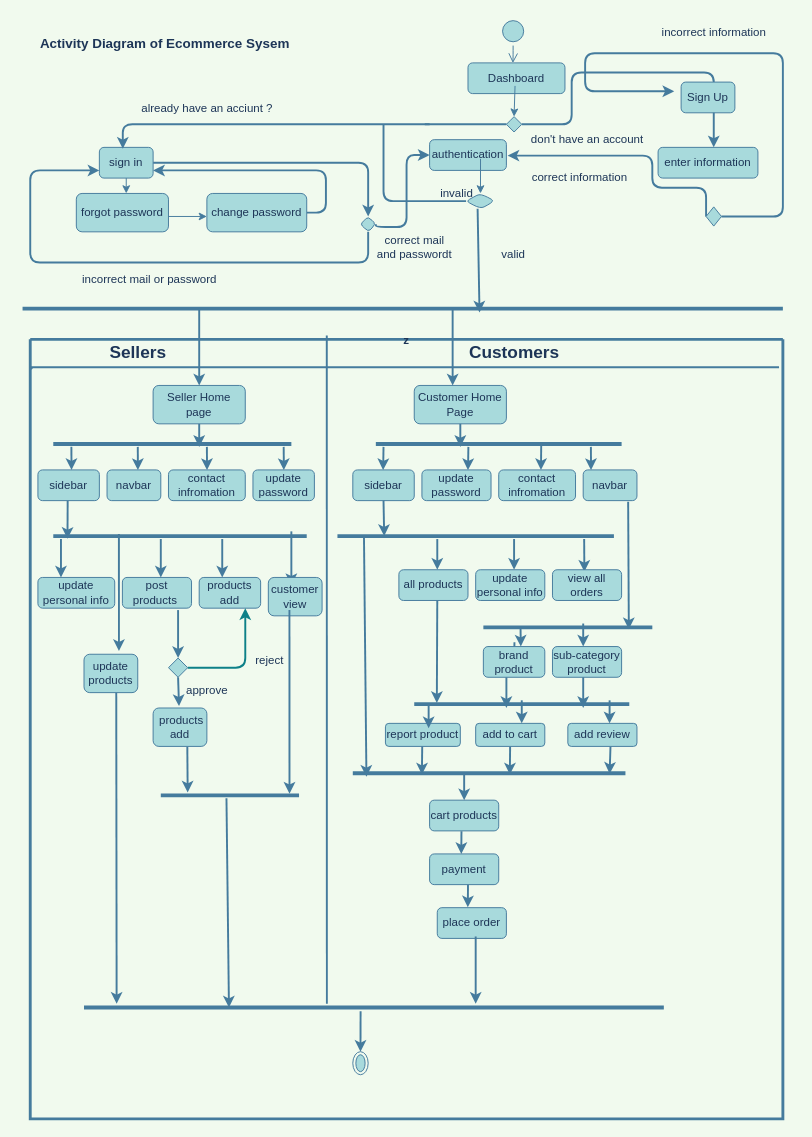
Before: Activity Diagram Customers.drawio in Nasrinjaha/Click-Collect, a draw.io diagram. Source tidied: cells renumbered, new cells numbered last; positions are measured from the earlier drawing's top-left corner, leaving out a move shared by most shapes. Both pictures are drawn from the tidied source at 96%, with x=0, y=0 at pixel (22, 16).
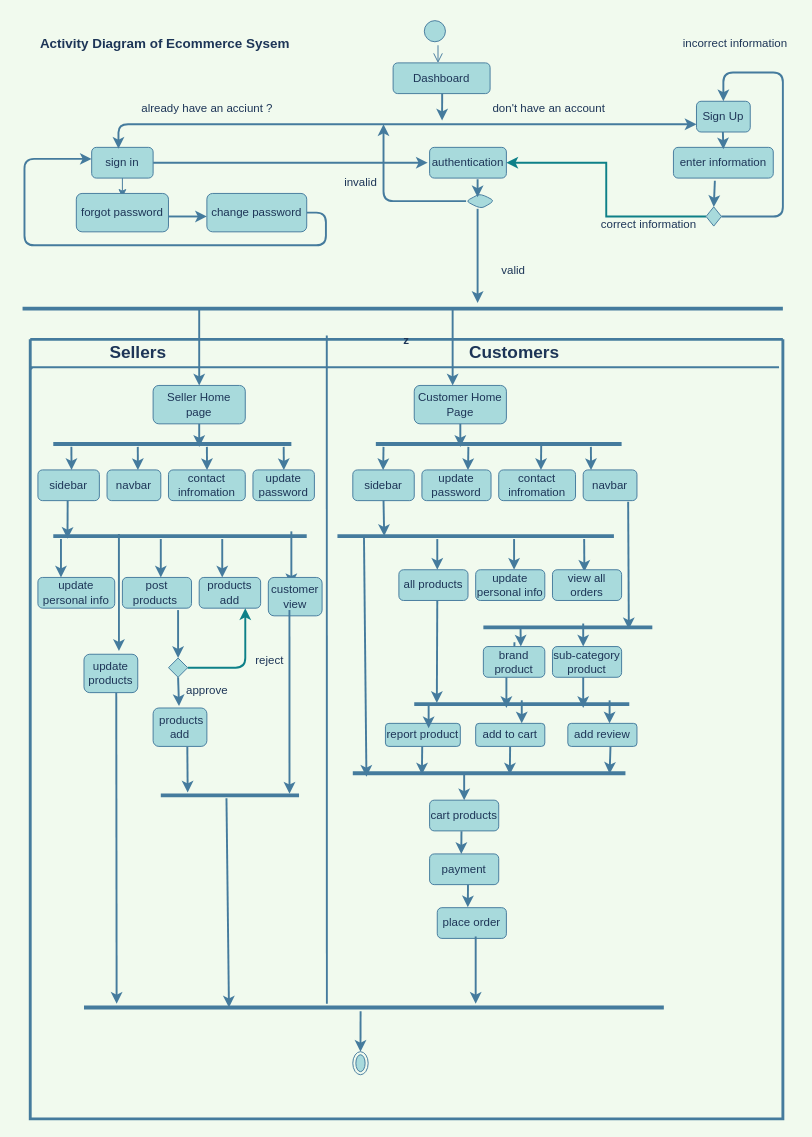
The same diagram, later.

The change refers to these unchanged cells:
```xml
<mxCell id="16" value="change password" style="whiteSpace=wrap;html=1;fillStyle=auto;fillColor=#A8DADC;strokeColor=#457B9D;fontColor=#1D3557;rounded=1;" parent="1" vertex="1">
  <mxGeometry x="192" y="184" width="104" height="40" as="geometry" />
</mxCell>
<mxCell id="109" style="rhombus;whiteSpace=wrap;html=1;fillColor=#A8DADC;strokeColor=#457B9D;fontColor=#1D3557;rounded=1;" parent="1" vertex="1">
  <mxGeometry x="462" y="184" width="30" height="16" as="geometry" />
</mxCell>
<mxCell id="127" style="rhombus;whiteSpace=wrap;html=1;fillColor=#A8DADC;strokeColor=#457B9D;fontColor=#1D3557;rounded=1;arcSize=0;" parent="1" vertex="1">
  <mxGeometry x="712" y="198" width="16" height="20" as="geometry" />
</mxCell>
```

The edit, as a diff of the source:
```diff
@@
     <mxCell id="2" style="ellipse;html=1;shape=startState;fillColor=#A8DADC;strokeColor=#457B9D;fontColor=#1D3557;rounded=1;" parent="1" vertex="1">
-      <mxGeometry x="496" width="30" height="30" as="geometry" />
+      <mxGeometry x="414.5" width="30" height="30" as="geometry" />
     </mxCell>
     <mxCell id="3" style="edgeStyle=orthogonalEdgeStyle;html=1;verticalAlign=bottom;endArrow=open;endSize=8;labelBackgroundColor=#F1FAEE;strokeColor=#457B9D;fontColor=#1D3557;rounded=1;entryX=0.463;entryY=0.006;entryDx=0;entryDy=0;entryPerimeter=0;" parent="1" edge="1" source="2" target="8">
-      <mxGeometry relative="1" as="geometry" />
+      <mxGeometry relative="1" as="geometry">
+        <Array as="points">
+          <mxPoint x="433" y="28" />
+          <mxPoint x="433" y="28" />
+        </Array>
+      </mxGeometry>
     </mxCell>
-    <mxCell id="4" style="edgeStyle=segmentEdgeStyle;endArrow=classic;html=1;labelBackgroundColor=#F1FAEE;strokeColor=#457B9D;fontColor=#1D3557;rounded=1;strokeWidth=2;startArrow=none;" parent="1" edge="1" source="115">
-      <mxGeometry relative="1" as="geometry">
-        <mxPoint x="720" y="136" as="targetPoint" />
-        <Array as="points">
-          <mxPoint x="572" y="112" />
-          <mxPoint x="572" y="58" />
-          <mxPoint x="720" y="58" />
-        </Array>
-      </mxGeometry>
-    </mxCell>
     <mxCell id="5" style="edgeStyle=orthogonalEdgeStyle;jettySize=auto;html=1;exitX=1;exitY=0.5;exitDx=0;exitDy=0;labelBackgroundColor=#F1FAEE;strokeColor=#457B9D;fontColor=#1D3557;rounded=1;strokeWidth=2;" parent="1" edge="1" source="6">
       <mxGeometry relative="1" as="geometry">
-        <mxPoint x="360" y="208" as="targetPoint" />
+        <mxPoint x="422" y="152" as="targetPoint" />
         <Array as="points">
           <mxPoint x="360" y="152" />
         </Array>
       </mxGeometry>
     </mxCell>
     <mxCell id="6" value="sign in" style="whiteSpace=wrap;html=1;fillColor=#A8DADC;strokeColor=#457B9D;fontColor=#1D3557;rounded=1;" parent="1" vertex="1">
-      <mxGeometry x="80" y="136" width="56" height="32" as="geometry" />
+      <mxGeometry x="72" y="136" width="64" height="32" as="geometry" />
     </mxCell>
     <mxCell id="7" value="Sign Up" style="whiteSpace=wrap;html=1;fillColor=#A8DADC;strokeColor=#457B9D;fontColor=#1D3557;rounded=1;" parent="1" vertex="1">
-      <mxGeometry x="686" y="68" width="56" height="32" as="geometry" />
+      <mxGeometry x="702" y="88" width="56" height="32" as="geometry" />
     </mxCell>
     <mxCell id="8" value="Dashboard" style="whiteSpace=wrap;html=1;fillColor=#A8DADC;strokeColor=#457B9D;fontColor=#1D3557;rounded=1;" parent="1" vertex="1">
-      <mxGeometry x="464" y="48" width="101" height="32" as="geometry" />
+      <mxGeometry x="386" y="48" width="101" height="32" as="geometry" />
     </mxCell>
-    <mxCell id="9" style="endArrow=classic;html=1;labelBackgroundColor=#F1FAEE;strokeColor=#457B9D;fontColor=#1D3557;rounded=1;entryX=0.5;entryY=0;entryDx=0;entryDy=0;entryPerimeter=0;" parent="1" edge="1" target="115">
-      <mxGeometry relative="1" as="geometry">
-        <mxPoint x="513" y="72" as="sourcePoint" />
-      </mxGeometry>
-    </mxCell>
@@
     <mxCell id="11" value="enter information" style="whiteSpace=wrap;html=1;fillColor=#A8DADC;strokeColor=#457B9D;fontColor=#1D3557;rounded=1;" parent="1" vertex="1">
-      <mxGeometry x="662" y="136" width="104" height="32" as="geometry" />
+      <mxGeometry x="678" y="136" width="104" height="32" as="geometry" />
     </mxCell>
     <mxCell id="12" style="endArrow=classic;html=1;exitX=0.5;exitY=1;exitDx=0;exitDy=0;labelBackgroundColor=#F1FAEE;strokeColor=#457B9D;fontColor=#1D3557;rounded=1;" parent="1" edge="1" source="6">
       <mxGeometry relative="1" as="geometry">
-        <mxPoint x="108" y="184" as="targetPoint" />
+        <mxPoint x="104" y="188" as="targetPoint" />
       </mxGeometry>
     </mxCell>
@@
-    <mxCell id="14" style="endArrow=classic;html=1;labelBackgroundColor=#F1FAEE;strokeColor=#457B9D;fontColor=#1D3557;rounded=1;" parent="1" edge="1">
+    <mxCell id="14" style="endArrow=classic;html=1;labelBackgroundColor=#F1FAEE;strokeColor=#457B9D;fontColor=#1D3557;rounded=1;strokeWidth=2;" parent="1" edge="1">
       <mxGeometry relative="1" as="geometry">
         <mxPoint x="152" y="208" as="sourcePoint" />
         <mxPoint x="192" y="208" as="targetPoint" />
       </mxGeometry>
     </mxCell>
-    <mxCell id="15" style="edgeStyle=orthogonalEdgeStyle;jettySize=auto;html=1;exitX=1;exitY=0.5;exitDx=0;exitDy=0;entryX=1;entryY=0.75;entryDx=0;entryDy=0;labelBackgroundColor=#F1FAEE;strokeColor=#457B9D;fontColor=#1D3557;rounded=1;strokeWidth=2;" parent="1" edge="1" source="16" target="6">
-      <mxGeometry relative="1" as="geometry" />
+    <mxCell id="15" style="edgeStyle=orthogonalEdgeStyle;jettySize=auto;html=1;exitX=1;exitY=0.5;exitDx=0;exitDy=0;labelBackgroundColor=#F1FAEE;strokeColor=#457B9D;fontColor=#1D3557;rounded=1;strokeWidth=2;" parent="1" edge="1" source="16">
+      <mxGeometry relative="1" as="geometry">
+        <mxPoint x="72" y="148" as="targetPoint" />
+        <Array as="points">
+          <mxPoint x="316" y="204" />
+          <mxPoint x="316" y="238" />
+          <mxPoint x="2" y="238" />
+          <mxPoint x="2" y="148" />
+        </Array>
+      </mxGeometry>
     </mxCell>
@@
-    <mxCell id="17" style="edgeStyle=orthogonalEdgeStyle;jettySize=auto;html=1;entryX=0;entryY=0.75;entryDx=0;entryDy=0;labelBackgroundColor=#F1FAEE;strokeColor=#457B9D;fontColor=#1D3557;rounded=1;strokeWidth=2;" parent="1" edge="1" source="18" target="6">
-      <mxGeometry relative="1" as="geometry">
-        <Array as="points">
-          <mxPoint x="360" y="256" />
-          <mxPoint x="8" y="256" />
-          <mxPoint x="8" y="160" />
-        </Array>
-      </mxGeometry>
-    </mxCell>
-    <mxCell id="18" style="rhombus;whiteSpace=wrap;html=1;fillColor=#A8DADC;strokeColor=#457B9D;fontColor=#1D3557;rounded=1;" parent="1" vertex="1">
-      <mxGeometry x="352" y="208" width="16" height="16" as="geometry" />
-    </mxCell>
-    <mxCell id="19" value="incorrect mail or password" style="text;html=1;align=center;verticalAlign=middle;fillColor=none;strokeColor=none;fontColor=#1D3557;rounded=1;" parent="1" vertex="1">
-      <mxGeometry x="52" y="258" width="160" height="32" as="geometry" />
-    </mxCell>
-    <mxCell id="20" value="correct mail &lt;br&gt;and passwordt" style="text;html=1;align=center;verticalAlign=middle;fillColor=none;strokeColor=none;fontColor=#1D3557;rounded=1;" parent="1" vertex="1">
-      <mxGeometry x="360" y="216" width="96" height="48" as="geometry" />
-    </mxCell>
     <mxCell id="21" value="incorrect information" style="text;html=1;align=center;verticalAlign=middle;fillColor=none;strokeColor=none;fontColor=#1D3557;rounded=1;" parent="1" vertex="1">
-      <mxGeometry x="656" width="128" height="32" as="geometry" />
+      <mxGeometry x="678" y="12" width="128" height="32" as="geometry" />
     </mxCell>
@@
     <mxCell id="23" value="correct information" style="text;html=1;align=center;verticalAlign=middle;fillColor=none;strokeColor=none;fontColor=#1D3557;rounded=1;" parent="1" vertex="1">
-      <mxGeometry x="520" y="152" width="120" height="32" as="geometry" />
+      <mxGeometry x="592" y="200" width="120" height="32" as="geometry" />
     </mxCell>
@@
-    <mxCell id="106" style="edgeStyle=orthogonalEdgeStyle;jettySize=auto;html=1;entryX=0;entryY=0.5;entryDx=0;entryDy=0;entryPerimeter=0;labelBackgroundColor=#F1FAEE;strokeColor=#457B9D;fontColor=#1D3557;rounded=1;strokeWidth=2;" parent="1" edge="1" target="107">
-      <mxGeometry relative="1" as="geometry">
-        <mxPoint x="368" y="216" as="sourcePoint" />
-        <Array as="points">
-          <mxPoint x="368" y="219" />
-          <mxPoint x="400" y="219" />
-          <mxPoint x="400" y="144" />
-        </Array>
-      </mxGeometry>
-    </mxCell>
     <mxCell id="107" value="authentication" style="whiteSpace=wrap;html=1;fillColor=#A8DADC;strokeColor=#457B9D;fontColor=#1D3557;rounded=1;" parent="1" vertex="1">
-      <mxGeometry x="424" y="128" width="80" height="32" as="geometry" />
+      <mxGeometry x="424" y="136" width="80" height="32" as="geometry" />
     </mxCell>
-    <mxCell id="108" style="edgeStyle=orthogonalEdgeStyle;jettySize=auto;html=1;exitX=0;exitY=0.5;exitDx=0;exitDy=0;entryX=1.015;entryY=0.519;entryDx=0;entryDy=0;entryPerimeter=0;labelBackgroundColor=#F1FAEE;strokeColor=#457B9D;fontColor=#1D3557;rounded=1;strokeWidth=2;" parent="1" edge="1" source="127" target="107">
-      <mxGeometry relative="1" as="geometry">
-        <Array as="points">
-          <mxPoint x="712" y="178" />
-          <mxPoint x="656" y="178" />
-          <mxPoint x="656" y="145" />
-        </Array>
-      </mxGeometry>
-    </mxCell>
@@
-    <mxCell id="110" style="endArrow=classic;html=1;exitX=0.663;exitY=0.625;exitDx=0;exitDy=0;exitPerimeter=0;labelBackgroundColor=#F1FAEE;strokeColor=#457B9D;fontColor=#1D3557;rounded=1;entryX=0.5;entryY=0;entryDx=0;entryDy=0;" parent="1" edge="1" source="107" target="109">
-      <mxGeometry relative="1" as="geometry" />
+    <mxCell id="110" style="endArrow=classic;html=1;labelBackgroundColor=#F1FAEE;strokeColor=#457B9D;fontColor=#1D3557;rounded=1;strokeWidth=2;exitX=0.625;exitY=1.038;exitDx=0;exitDy=0;exitPerimeter=0;" parent="1" edge="1" source="107">
+      <mxGeometry relative="1" as="geometry">
+        <mxPoint x="474" y="188" as="targetPoint" />
+      </mxGeometry>
     </mxCell>
-    <mxCell id="111" style="endArrow=classic;html=1;strokeWidth=2;fontFamily=Times New Roman;fontSize=18;labelBackgroundColor=#F1FAEE;strokeColor=#457B9D;fontColor=#1D3557;rounded=1;exitX=0.893;exitY=1;exitDx=0;exitDy=0;exitPerimeter=0;" parent="1" edge="1" source="113">
+    <mxCell id="111" style="endArrow=classic;html=1;strokeWidth=2;fontFamily=Times New Roman;fontSize=18;labelBackgroundColor=#F1FAEE;strokeColor=#457B9D;fontColor=#1D3557;rounded=1;exitX=0.893;exitY=1;exitDx=0;exitDy=0;exitPerimeter=0;" parent="1" edge="1">
       <mxGeometry relative="1" as="geometry">
-        <mxPoint x="476" y="308" as="targetPoint" />
+        <mxPoint x="474" y="200" as="sourcePoint" />
+        <mxPoint x="474" y="298" as="targetPoint" />
       </mxGeometry>
     </mxCell>
     <mxCell id="112" value="valid" style="text;html=1;align=center;verticalAlign=middle;strokeColor=none;fillColor=none;fontColor=#1D3557;rounded=1;" parent="1" vertex="1">
-      <mxGeometry x="487" y="232" width="48" height="32" as="geometry" />
+      <mxGeometry x="487" y="248" width="48" height="32" as="geometry" />
     </mxCell>
-    <mxCell id="113" value="invalid" style="text;html=1;align=center;verticalAlign=middle;points=[];strokeColor=none;fillColor=none;fontColor=#1D3557;rounded=1;" parent="1" vertex="1">
-      <mxGeometry x="424" y="168" width="56" height="32" as="geometry" />
-    </mxCell>
-    <mxCell id="114" style="edgeStyle=segmentEdgeStyle;endArrow=classic;html=1;entryX=0.436;entryY=0.044;entryDx=0;entryDy=0;entryPerimeter=0;labelBackgroundColor=#F1FAEE;strokeColor=#457B9D;fontColor=#1D3557;rounded=1;strokeWidth=2;" parent="1" edge="1" target="6">
+    <mxCell id="114" style="edgeStyle=segmentEdgeStyle;endArrow=classic;html=1;entryX=0.436;entryY=0.044;entryDx=0;entryDy=0;entryPerimeter=0;labelBackgroundColor=#F1FAEE;strokeColor=#457B9D;fontColor=#1D3557;rounded=1;strokeWidth=2;exitX=0;exitY=0.75;exitDx=0;exitDy=0;startArrow=classic;startFill=1;" parent="1" edge="1" source="7" target="6">
       <mxGeometry relative="1" as="geometry">
-        <mxPoint x="424" y="112" as="sourcePoint" />
         <Array as="points">
+          <mxPoint x="692" y="112" />
           <mxPoint x="104" y="112" />
         </Array>
       </mxGeometry>
     </mxCell>
-    <mxCell id="115" style="rhombus;whiteSpace=wrap;html=1;fillColor=#A8DADC;strokeColor=#457B9D;fontColor=#1D3557;rounded=1;arcSize=0;" parent="1" vertex="1">
-      <mxGeometry x="504" y="104" width="16" height="16" as="geometry" />
-    </mxCell>
-    <mxCell id="116" style="edgeStyle=segmentEdgeStyle;endArrow=none;html=1;labelBackgroundColor=#F1FAEE;strokeColor=#457B9D;fontColor=#1D3557;rounded=1;strokeWidth=2;" parent="1" edge="1" target="115">
-      <mxGeometry relative="1" as="geometry">
-        <mxPoint x="419" y="112" as="sourcePoint" />
-      </mxGeometry>
-    </mxCell>
-    <mxCell id="117" style="endArrow=none;html=1;rounded=1;fillColor=#A8DADC;strokeColor=#457B9D;strokeWidth=2;labelBackgroundColor=#F1FAEE;fontColor=#1D3557;" parent="1" edge="1">
+    <mxCell id="117" style="endArrow=none;html=1;rounded=1;fillColor=#A8DADC;strokeColor=#457B9D;strokeWidth=2;labelBackgroundColor=#F1FAEE;fontColor=#1D3557;endFill=0;startArrow=classic;startFill=1;" parent="1" edge="1">
       <mxGeometry relative="1" as="geometry">
         <mxPoint x="376" y="112" as="sourcePoint" />
         <mxPoint x="462" y="192" as="targetPoint" />
         <Array as="points">
           <mxPoint x="376" y="192" />
         </Array>
       </mxGeometry>
     </mxCell>
@@
-    <mxCell id="126" style="edgeStyle=orthogonalEdgeStyle;rounded=1;jettySize=auto;html=1;strokeColor=#457B9D;fontColor=#1D3557;fillColor=#A8DADC;entryX=0.756;entryY=-0.075;entryDx=0;entryDy=0;entryPerimeter=0;strokeWidth=2;" parent="1" edge="1" source="127">
+    <mxCell id="126" style="edgeStyle=orthogonalEdgeStyle;rounded=1;jettySize=auto;html=1;strokeColor=#457B9D;fontColor=#1D3557;fillColor=#A8DADC;entryX=0.5;entryY=0;entryDx=0;entryDy=0;strokeWidth=2;" parent="1" edge="1" source="127" target="7">
       <mxGeometry relative="1" as="geometry">
-        <mxPoint x="678.8" y="77.6" as="targetPoint" />
         <Array as="points">
           <mxPoint x="792" y="208" />
-          <mxPoint x="792" y="38" />
-          <mxPoint x="586" y="38" />
-          <mxPoint x="586" y="78" />
+          <mxPoint x="792" y="58" />
+          <mxPoint x="730" y="58" />
         </Array>
       </mxGeometry>
     </mxCell>
+    <mxCell id="108" style="edgeStyle=orthogonalEdgeStyle;rounded=0;jettySize=auto;html=1;entryX=1;entryY=0.5;entryDx=0;entryDy=0;startArrow=none;startFill=0;strokeWidth=2;fillColor=#b0e3e6;strokeColor=#0e8088;endArrow=classic;endFill=1;" parent="1" edge="1" source="127" target="107">
+      <mxGeometry relative="1" as="geometry" />
+    </mxCell>
@@
     <mxCell id="133" value="don't have an account" style="text;html=1;align=center;verticalAlign=middle;fillColor=none;strokeColor=none;fontColor=#1D3557;rounded=1;" parent="1" vertex="1">
-      <mxGeometry x="520" y="112" width="136" height="32" as="geometry" />
+      <mxGeometry x="480" y="80" width="136" height="32" as="geometry" />
     </mxCell>
@@
+    <mxCell id="135" style="edgeStyle=none;orthogonalLoop=1;jettySize=auto;html=1;strokeWidth=2;fontSize=19;labelBackgroundColor=#F1FAEE;strokeColor=#457B9D;fontColor=#1D3557;rounded=1;" parent="1" edge="1">
+      <mxGeometry relative="1" as="geometry">
+        <mxPoint x="729.5" y="120" as="sourcePoint" />
+        <mxPoint x="730" y="138" as="targetPoint" />
+      </mxGeometry>
+    </mxCell>
+    <mxCell id="136" style="edgeStyle=none;jettySize=auto;html=1;strokeWidth=2;fontSize=19;labelBackgroundColor=#F1FAEE;strokeColor=#457B9D;fontColor=#1D3557;rounded=1;entryX=0.5;entryY=0;entryDx=0;entryDy=0;exitX=0.415;exitY=1.088;exitDx=0;exitDy=0;exitPerimeter=0;" parent="1" edge="1" source="11" target="127">
+      <mxGeometry relative="1" as="geometry" />
+    </mxCell>
+    <mxCell id="113" value="invalid" style="text;html=1;align=center;verticalAlign=middle;points=[];strokeColor=none;fillColor=none;fontColor=#1D3557;rounded=1;" parent="1" vertex="1">
+      <mxGeometry x="322" y="158" width="60" height="30" as="geometry" />
+    </mxCell>
+    <mxCell id="137" style="edgeStyle=none;orthogonalLoop=1;jettySize=auto;html=1;strokeWidth=2;fontSize=19;labelBackgroundColor=#F1FAEE;strokeColor=#457B9D;fontColor=#1D3557;rounded=1;exitX=0.415;exitY=1.088;exitDx=0;exitDy=0;exitPerimeter=0;" parent="1" edge="1">
+      <mxGeometry relative="1" as="geometry">
+        <mxPoint x="437.1" y="80" as="sourcePoint" />
+        <mxPoint x="437" y="108" as="targetPoint" />
+      </mxGeometry>
+    </mxCell>
```
